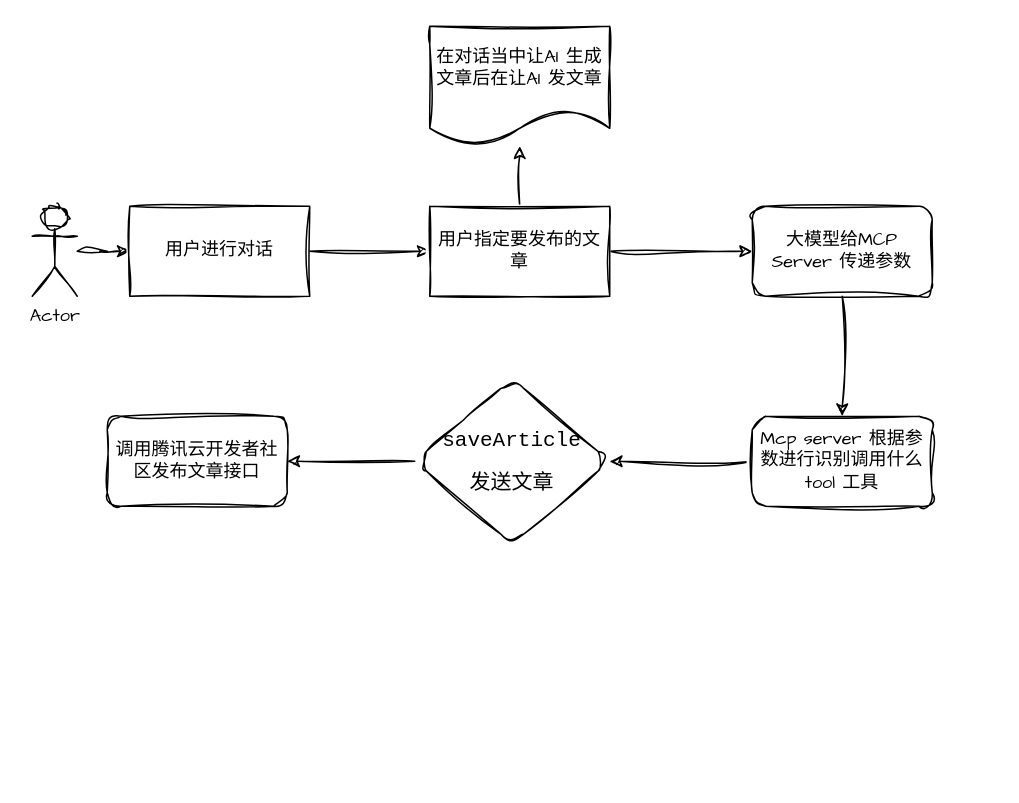
Earlier version of the draw.io diagram 腾讯云文章发布MCPServer.drawio (yangbuyiya/yangbuyi-blog-images). Source tidied: cells renumbered, new cells numbered last; positions are measured from the earlier drawing's top-left corner, leaving out a move shared by most shapes. Both pictures are drawn from the tidied source at 150%, with x=0, y=0 at pixel (32, 26).
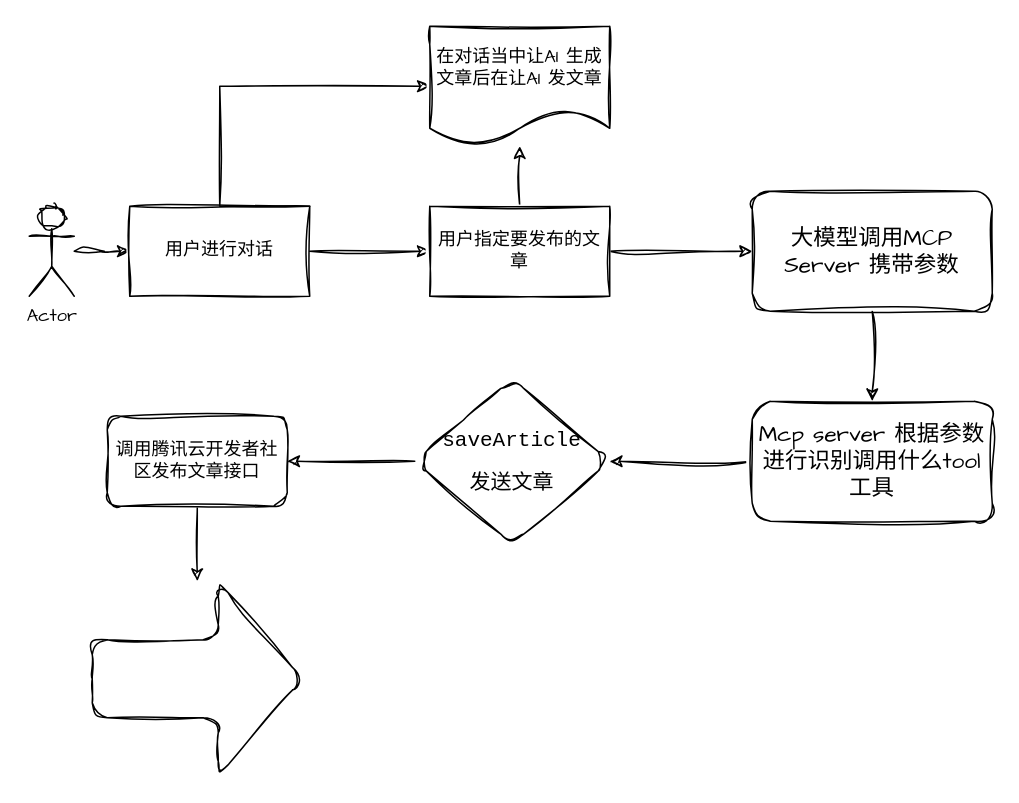
After the change.

Commit message (it also covers changes not shown here):
更新腾讯云文章发布MCPServer.drawio

The change refers to these unchanged cells:
```xml
<mxCell id="5" value="用户进行对话" style="whiteSpace=wrap;html=1;fontFamily=Architects Daughter;verticalAlign=middle;sketch=1;hachureGap=4;jiggle=2;curveFitting=1;fillStyle=auto;align=center;labelBackgroundColor=none;labelBorderColor=none;textShadow=0;" parent="1" vertex="1">
  <mxGeometry x="65" y="120" width="120" height="60" as="geometry" />
</mxCell>
<mxCell id="15" value="&lt;font style=&quot;color: light-dark(rgb(0, 0, 0), rgb(255, 255, 255));&quot;&gt;调用腾讯云开发者社区发布文章接口&lt;/font&gt;" style="rounded=1;whiteSpace=wrap;html=1;fontFamily=Architects Daughter;fontColor=light-dark(default, #da1b1b);sketch=1;hachureGap=4;jiggle=2;curveFitting=1;fillStyle=auto;labelBackgroundColor=none;labelBorderColor=none;" parent="1" vertex="1">
  <mxGeometry x="50" y="260" width="120" height="60" as="geometry" />
</mxCell>
<mxCell id="16" value="在对话当中让AI 生成文章后在让AI 发文章" style="shape=document;whiteSpace=wrap;html=1;boundedLbl=1;fontFamily=Architects Daughter;sketch=1;hachureGap=4;jiggle=2;curveFitting=1;fillStyle=auto;labelBackgroundColor=none;labelBorderColor=none;" parent="1" vertex="1">
  <mxGeometry x="265" width="120" height="80" as="geometry" />
</mxCell>
```

What changed in the source:
```diff
@@
     <mxCell id="3" value="Actor" style="shape=umlActor;verticalLabelPosition=bottom;verticalAlign=top;html=1;outlineConnect=0;sketch=1;hachureGap=4;jiggle=2;curveFitting=1;fontFamily=Architects Daughter;" parent="1" vertex="1">
-      <mxGeometry y="120" width="30" height="60" as="geometry" />
+      <mxGeometry x="-2" y="120" width="30" height="60" as="geometry" />
     </mxCell>
@@
+    <mxCell id="17" style="edgeStyle=orthogonalEdgeStyle;rounded=0;sketch=1;hachureGap=4;jiggle=2;curveFitting=1;jettySize=auto;html=1;exitX=1;exitY=0;exitDx=0;exitDy=0;entryX=0;entryY=0.5;entryDx=0;entryDy=0;fontFamily=Architects Daughter;" parent="1" edge="1" source="5" target="16">
+      <mxGeometry relative="1" as="geometry">
+        <Array as="points">
+          <mxPoint x="125" y="120" />
+          <mxPoint x="125" y="40" />
+        </Array>
+      </mxGeometry>
+    </mxCell>
@@
-    <mxCell id="10" value="大模型给MCP Server 传递参数" style="rounded=1;whiteSpace=wrap;html=1;fontFamily=Architects Daughter;sketch=1;hachureGap=4;jiggle=2;curveFitting=1;fillStyle=auto;labelBackgroundColor=none;labelBorderColor=none;" parent="1" vertex="1">
-      <mxGeometry x="480" y="120" width="120" height="60" as="geometry" />
+    <mxCell id="10" value="&lt;font style=&quot;font-size: 15px;&quot;&gt;大模型调用MCP Server 携带参数&lt;/font&gt;" style="rounded=1;whiteSpace=wrap;html=1;fontFamily=Architects Daughter;sketch=1;hachureGap=4;jiggle=2;curveFitting=1;fillStyle=auto;labelBackgroundColor=none;labelBorderColor=none;" parent="1" vertex="1">
+      <mxGeometry x="480" y="110" width="160" height="80" as="geometry" />
     </mxCell>
@@
-    <mxCell id="12" value="Mcp server 根据参数进行识别调用什么tool 工具" style="whiteSpace=wrap;html=1;fontFamily=Architects Daughter;rounded=1;sketch=1;hachureGap=4;jiggle=2;curveFitting=1;fillStyle=auto;labelBackgroundColor=none;labelBorderColor=none;" parent="1" vertex="1">
-      <mxGeometry x="480" y="260" width="120" height="60" as="geometry" />
+    <mxCell id="12" value="&lt;font style=&quot;font-size: 15px;&quot;&gt;Mcp server 根据参数进行识别调用什么tool 工具&lt;/font&gt;" style="whiteSpace=wrap;html=1;fontFamily=Architects Daughter;rounded=1;sketch=1;hachureGap=4;jiggle=2;curveFitting=1;fillStyle=auto;labelBackgroundColor=none;labelBorderColor=none;" parent="1" vertex="1">
+      <mxGeometry x="480" y="250" width="160" height="80" as="geometry" />
     </mxCell>
@@
-    <mxCell id="14" value="&lt;div style=&quot;&quot;&gt;&lt;pre style=&quot;&quot;&gt;&lt;font style=&quot;color: light-dark(rgb(0, 0, 0), rgb(255, 0, 0)); font-size: 14px;&quot;&gt;saveArticle&lt;/font&gt;&lt;/pre&gt;&lt;pre style=&quot;&quot;&gt;&lt;font style=&quot;color: light-dark(rgb(0, 0, 0), rgb(255, 0, 0)); font-size: 14px;&quot;&gt;发送文章&lt;/font&gt;&lt;/pre&gt;&lt;/div&gt;" style="rhombus;whiteSpace=wrap;html=1;fontFamily=Architects Daughter;rounded=1;sketch=1;hachureGap=4;jiggle=2;curveFitting=1;fillStyle=auto;labelBackgroundColor=none;labelBorderColor=none;fontColor=light-dark(default, #da1b1b);" parent="1" vertex="1">
+    <mxCell id="14" value="&lt;div style=&quot;&quot;&gt;&lt;pre style=&quot;&quot;&gt;&lt;font style=&quot;font-size: 14px; color: light-dark(rgb(0, 0, 0), rgb(255, 255, 255));&quot;&gt;saveArticle&lt;/font&gt;&lt;/pre&gt;&lt;pre style=&quot;&quot;&gt;&lt;font style=&quot;font-size: 14px; color: light-dark(rgb(0, 0, 0), rgb(255, 255, 255));&quot;&gt;发送文章&lt;/font&gt;&lt;/pre&gt;&lt;/div&gt;" style="rhombus;whiteSpace=wrap;html=1;fontFamily=Architects Daughter;rounded=1;sketch=1;hachureGap=4;jiggle=2;curveFitting=1;fillStyle=auto;labelBackgroundColor=none;labelBorderColor=none;fontColor=light-dark(default, #da1b1b);" parent="1" vertex="1">
       <mxGeometry x="255" y="235" width="130" height="110" as="geometry" />
     </mxCell>
+    <mxCell id="18" style="edgeStyle=orthogonalEdgeStyle;rounded=0;sketch=1;hachureGap=4;jiggle=2;curveFitting=1;jettySize=auto;html=1;fontFamily=Architects Daughter;" parent="1" edge="1" source="15" target="19">
+      <mxGeometry relative="1" as="geometry" />
+    </mxCell>
@@
+    <mxCell id="19" style="shape=singleArrow;whiteSpace=wrap;html=1;arrowWidth=0.4;arrowSize=0.4;fontFamily=Architects Daughter;fontColor=light-dark(default, #da1b1b);rounded=1;sketch=1;hachureGap=4;jiggle=2;curveFitting=1;fillStyle=auto;labelBackgroundColor=none;labelBorderColor=none;" parent="1" vertex="1">
+      <mxGeometry x="40" y="370" width="140" height="130" as="geometry" />
+    </mxCell>
```
